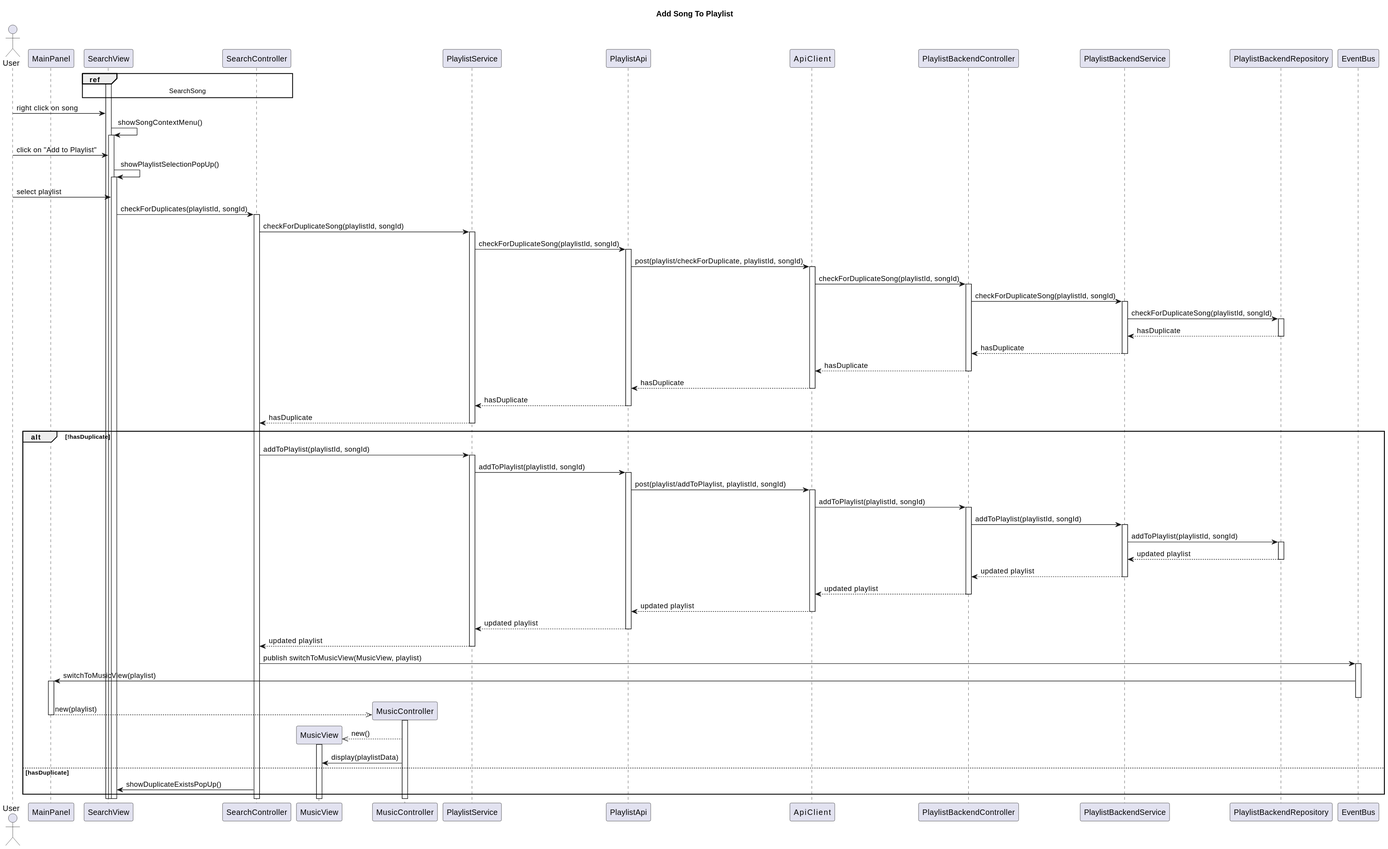
The PlantUML diagram Paradoteo_4/SequenceDiagrams-v0.3/AddSongToPlaylist.svg in RubenKingCP/Tunix, before a commit. Its diagram source:
```plantuml
@startuml
title Add Song To Playlist

actor User

participant MainPanel
participant SearchView
participant SearchController
participant MusicView
participant MusicController
participant PlaylistService
participant PlaylistApi
participant ApiService
participant PlaylistBackendController
participant PlaylistBackendService
participant PlaylistBackendRepository


participant EventBus

ref over SearchView, SearchController
SearchSong
end ref
activate SearchView
User -> SearchView : right click on song
SearchView -> SearchView : showSongContextMenu()
activate SearchView
User -> SearchView : click on "Add to Playlist"
SearchView -> SearchView : showPlaylistSelectionPopUp()
activate SearchView
User -> SearchView : select playlist
SearchView -> SearchController : checkForDuplicates(playlistId, songId)
activate SearchController
SearchController -> PlaylistService : checkForDuplicateSong(playlistId, songId)
activate PlaylistService
PlaylistService -> PlaylistApi : checkForDuplicateSong(playlistId, songId)
activate PlaylistApi
PlaylistApi -> ApiService : post(playlist/checkForDuplicate, playlistId, songId)
activate ApiService
ApiService -> PlaylistBackendController : checkForDuplicateSong(playlistId, songId)
activate PlaylistBackendController
PlaylistBackendController -> PlaylistBackendService : checkForDuplicateSong(playlistId, songId)
activate PlaylistBackendService
PlaylistBackendService -> PlaylistBackendRepository : checkForDuplicateSong(playlistId, songId)
activate PlaylistBackendRepository
PlaylistBackendRepository --> PlaylistBackendService : hasDuplicate
deactivate PlaylistBackendRepository
PlaylistBackendService --> PlaylistBackendController : hasDuplicate
deactivate PlaylistBackendService
PlaylistBackendController --> ApiService : hasDuplicate
deactivate PlaylistBackendController
ApiService --> PlaylistApi : hasDuplicate
deactivate ApiService
PlaylistApi --> PlaylistService : hasDuplicate
deactivate PlaylistApi
PlaylistService --> SearchController : hasDuplicate
deactivate PlaylistService
alt !hasDuplicate
SearchController -> PlaylistService : addToPlaylist(playlistId, songId)
activate PlaylistService
PlaylistService -> PlaylistApi : addToPlaylist(playlistId, songId)
activate PlaylistApi
PlaylistApi -> ApiService : post(playlist/addToPlaylist, playlistId, songId)
activate ApiService
ApiService -> PlaylistBackendController : addToPlaylist(playlistId, songId)
activate PlaylistBackendController
PlaylistBackendController -> PlaylistBackendService : addToPlaylist(playlistId, songId)
activate PlaylistBackendService
PlaylistBackendService -> PlaylistBackendRepository : addToPlaylist(playlistId, songId)
activate PlaylistBackendRepository
PlaylistBackendRepository --> PlaylistBackendService : updated playlist
deactivate PlaylistBackendRepository
PlaylistBackendService --> PlaylistBackendController : updated playlist
deactivate PlaylistBackendService
PlaylistBackendController --> ApiService : updated playlist
deactivate PlaylistBackendController
ApiService --> PlaylistApi : updated playlist
deactivate ApiService
PlaylistApi --> PlaylistService : updated playlist
deactivate PlaylistApi
PlaylistService --> SearchController : updated playlist
deactivate PlaylistService
SearchController -> EventBus : publish switchToMusicView(MusicView, playlist)
activate EventBus
EventBus -> MainPanel : switchToMusicView(playlist)
activate MainPanel
deactivate EventBus
create MusicController
MainPanel -->> MusicController : new(playlist)
activate MusicController
deactivate MainPanel
create MusicView
MusicController -->> MusicView : new()
activate MusicView
MusicController -> MusicView : display(playlistData)

else hasDuplicate
SearchController -> SearchView : showDuplicateExistsPopUp()
end
@enduml
```
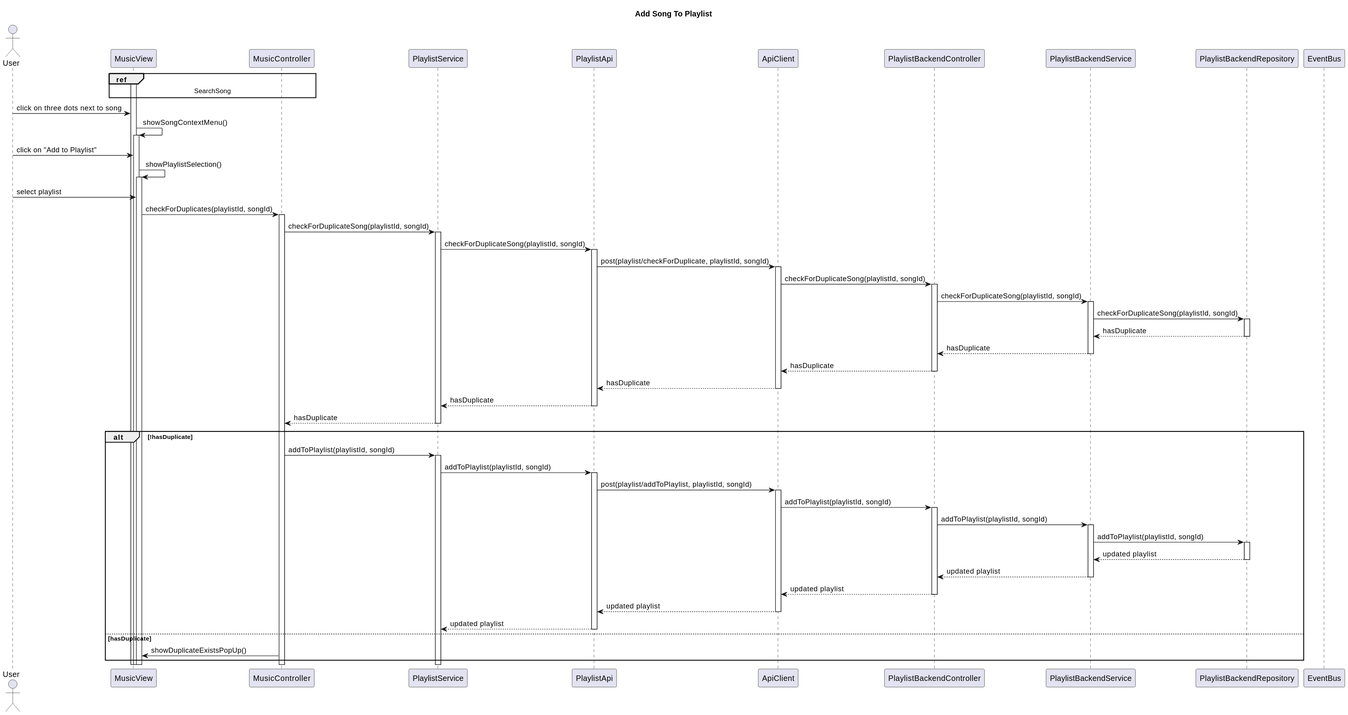
Above is the later version.

The edit, as a diff of the source:
```diff
@@ -3,14 +3,13 @@
 
 actor User
 
-participant MainPanel
-participant SearchView
-participant SearchController
+participant MusicView
+participant MusicController
 participant MusicView
 participant MusicController
 participant PlaylistService
 participant PlaylistApi
-participant ApiService
+participant ApiClient
 participant PlaylistBackendController
 participant PlaylistBackendService
 participant PlaylistBackendRepository
@@ -18,26 +17,26 @@
 
 participant EventBus
 
-ref over SearchView, SearchController
+ref over MusicView, MusicController
 SearchSong
 end ref
-activate SearchView
-User -> SearchView : right click on song
-SearchView -> SearchView : showSongContextMenu()
-activate SearchView
-User -> SearchView : click on "Add to Playlist"
-SearchView -> SearchView : showPlaylistSelectionPopUp()
-activate SearchView
-User -> SearchView : select playlist
-SearchView -> SearchController : checkForDuplicates(playlistId, songId)
-activate SearchController
-SearchController -> PlaylistService : checkForDuplicateSong(playlistId, songId)
+activate MusicView
+User -> MusicView : click on three dots next to song
+MusicView -> MusicView : showSongContextMenu()
+activate MusicView
+User -> MusicView : click on "Add to Playlist"
+MusicView -> MusicView : showPlaylistSelection()
+activate MusicView
+User -> MusicView : select playlist
+MusicView -> MusicController : checkForDuplicates(playlistId, songId)
+activate MusicController
+MusicController -> PlaylistService : checkForDuplicateSong(playlistId, songId)
 activate PlaylistService
 PlaylistService -> PlaylistApi : checkForDuplicateSong(playlistId, songId)
 activate PlaylistApi
-PlaylistApi -> ApiService : post(playlist/checkForDuplicate, playlistId, songId)
-activate ApiService
-ApiService -> PlaylistBackendController : checkForDuplicateSong(playlistId, songId)
+PlaylistApi -> ApiClient : post(playlist/checkForDuplicate, playlistId, songId)
+activate ApiClient
+ApiClient -> PlaylistBackendController : checkForDuplicateSong(playlistId, songId)
 activate PlaylistBackendController
 PlaylistBackendController -> PlaylistBackendService : checkForDuplicateSong(playlistId, songId)
 activate PlaylistBackendService
@@ -47,22 +46,22 @@
 deactivate PlaylistBackendRepository
 PlaylistBackendService --> PlaylistBackendController : hasDuplicate
 deactivate PlaylistBackendService
-PlaylistBackendController --> ApiService : hasDuplicate
+PlaylistBackendController --> ApiClient : hasDuplicate
 deactivate PlaylistBackendController
-ApiService --> PlaylistApi : hasDuplicate
-deactivate ApiService
+ApiClient --> PlaylistApi : hasDuplicate
+deactivate ApiClient
 PlaylistApi --> PlaylistService : hasDuplicate
 deactivate PlaylistApi
-PlaylistService --> SearchController : hasDuplicate
+PlaylistService --> MusicController : hasDuplicate
 deactivate PlaylistService
 alt !hasDuplicate
-SearchController -> PlaylistService : addToPlaylist(playlistId, songId)
+MusicController -> PlaylistService : addToPlaylist(playlistId, songId)
 activate PlaylistService
 PlaylistService -> PlaylistApi : addToPlaylist(playlistId, songId)
 activate PlaylistApi
-PlaylistApi -> ApiService : post(playlist/addToPlaylist, playlistId, songId)
-activate ApiService
-ApiService -> PlaylistBackendController : addToPlaylist(playlistId, songId)
+PlaylistApi -> ApiClient : post(playlist/addToPlaylist, playlistId, songId)
+activate ApiClient
+ApiClient -> PlaylistBackendController : addToPlaylist(playlistId, songId)
 activate PlaylistBackendController
 PlaylistBackendController -> PlaylistBackendService : addToPlaylist(playlistId, songId)
 activate PlaylistBackendService
@@ -72,29 +71,14 @@
 deactivate PlaylistBackendRepository
 PlaylistBackendService --> PlaylistBackendController : updated playlist
 deactivate PlaylistBackendService
-PlaylistBackendController --> ApiService : updated playlist
+PlaylistBackendController --> ApiClient : updated playlist
 deactivate PlaylistBackendController
-ApiService --> PlaylistApi : updated playlist
-deactivate ApiService
+ApiClient --> PlaylistApi : updated playlist
+deactivate ApiClient
 PlaylistApi --> PlaylistService : updated playlist
 deactivate PlaylistApi
-PlaylistService --> SearchController : updated playlist
-deactivate PlaylistService
-SearchController -> EventBus : publish switchToMusicView(MusicView, playlist)
-activate EventBus
-EventBus -> MainPanel : switchToMusicView(playlist)
-activate MainPanel
-deactivate EventBus
-create MusicController
-MainPanel -->> MusicController : new(playlist)
-activate MusicController
-deactivate MainPanel
-create MusicView
-MusicController -->> MusicView : new()
-activate MusicView
-MusicController -> MusicView : display(playlistData)
 
 else hasDuplicate
-SearchController -> SearchView : showDuplicateExistsPopUp()
+MusicController -> MusicView : showDuplicateExistsPopUp()
 end
 @enduml
```
